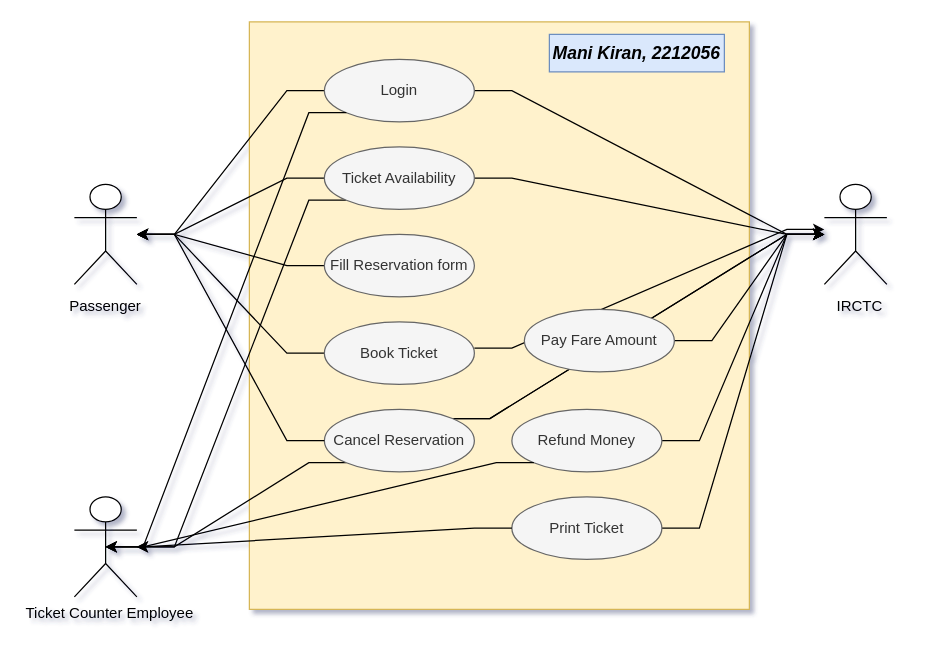
This is Railway Reservation System.drawio from manikiran949/Use-Case-Diagrams, a draw.io file, before an edit. Source tidied: cells renumbered, new cells numbered last; positions are measured from the earlier drawing's top-left corner, leaving out a move shared by most shapes. Both pictures are drawn from the tidied source at 125%, with x=0, y=0 at pixel (21, 21).
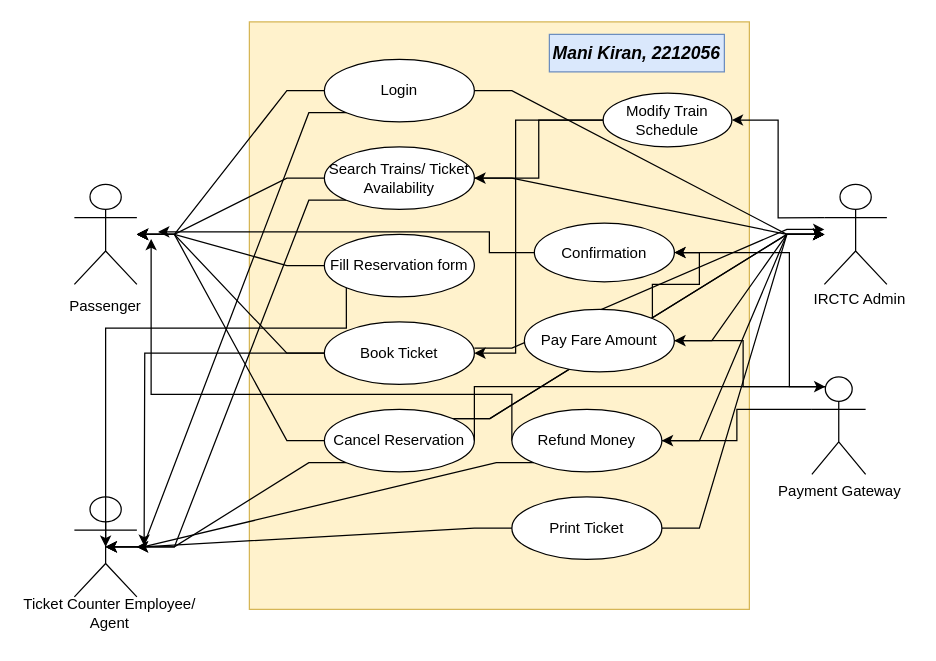
The same diagram, later.

Commit message:
Added other Actors and options

The change refers to these unchanged cells:
```xml
<mxCell id="5" style="shape=umlActor;" parent="1" vertex="1">
  <mxGeometry x="642" y="130" width="50" height="80" as="geometry" />
</mxCell>
<mxCell id="6" style="shape=umlActor;" parent="1" vertex="1">
  <mxGeometry x="42" y="380" width="50" height="80" as="geometry" />
</mxCell>
```

Change to the diagram source:
```diff
@@
-<mxGraphModel shadow="1">
+<mxGraphModel>
@@
+    <mxCell id="36" style="edgeStyle=orthogonalEdgeStyle;rounded=0;jettySize=auto;html=1;exitX=0;exitY=0.3333333333333333;exitDx=0;exitDy=0;exitPerimeter=0;entryX=1;entryY=0.5;entryDx=0;entryDy=0;" parent="1" edge="1" source="5" target="50">
+      <mxGeometry relative="1" as="geometry" />
+    </mxCell>
@@
-    <mxCell id="9" value="Login" style="ellipse;whiteSpace=wrap;fillColor=#f5f5f5;fontColor=#333333;strokeColor=#666666;" parent="1" vertex="1">
+    <mxCell id="9" value="Login" style="ellipse;whiteSpace=wrap;" parent="1" vertex="1">
       <mxGeometry x="242" y="30" width="120" height="50" as="geometry" />
     </mxCell>
@@
-    <mxCell id="13" value="Ticket Availability" style="ellipse;whiteSpace=wrap;fillColor=#f5f5f5;fontColor=#333333;strokeColor=#666666;" parent="1" vertex="1">
+    <mxCell id="13" value="Search Trains/ Ticket Availability" style="ellipse;whiteSpace=wrap;" parent="1" vertex="1">
       <mxGeometry x="242" y="100" width="120" height="50" as="geometry" />
     </mxCell>
@@
-    <mxCell id="15" value="Fill Reservation form" style="ellipse;whiteSpace=wrap;fillColor=#f5f5f5;fontColor=#333333;strokeColor=#666666;" parent="1" vertex="1">
+    <mxCell id="15" value="Fill Reservation form" style="ellipse;whiteSpace=wrap;" parent="1" vertex="1">
       <mxGeometry x="242" y="170" width="120" height="50" as="geometry" />
     </mxCell>
@@
+    <mxCell id="37" style="edgeStyle=orthogonalEdgeStyle;rounded=0;jettySize=auto;html=1;exitX=0;exitY=0.5;exitDx=0;exitDy=0;" parent="1" edge="1" source="18">
+      <mxGeometry relative="1" as="geometry">
+        <mxPoint x="97.8" y="419.2" as="targetPoint" />
+      </mxGeometry>
+    </mxCell>
-    <mxCell id="18" value="Book Ticket" style="ellipse;whiteSpace=wrap;fillColor=#f5f5f5;fontColor=#333333;strokeColor=#666666;" parent="1" vertex="1">
+    <mxCell id="18" value="Book Ticket" style="ellipse;whiteSpace=wrap;" parent="1" vertex="1">
       <mxGeometry x="242" y="240" width="120" height="50" as="geometry" />
     </mxCell>
@@
+    <mxCell id="38" style="edgeStyle=orthogonalEdgeStyle;rounded=0;jettySize=auto;html=1;exitX=0;exitY=0.5;exitDx=0;exitDy=0;" parent="1" edge="1" source="21">
+      <mxGeometry relative="1" as="geometry">
+        <mxPoint x="103.4" y="173.6" as="targetPoint" />
+        <Array as="points">
+          <mxPoint x="392" y="298" />
+          <mxPoint x="103" y="298" />
+        </Array>
+      </mxGeometry>
+    </mxCell>
-    <mxCell id="21" value="Refund Money" style="ellipse;whiteSpace=wrap;fillColor=#f5f5f5;fontColor=#333333;strokeColor=#666666;" parent="1" vertex="1">
+    <mxCell id="21" value="Refund Money" style="ellipse;whiteSpace=wrap;" parent="1" vertex="1">
       <mxGeometry x="392" y="310" width="120" height="50" as="geometry" />
     </mxCell>
@@
-    <mxCell id="23" value="Print Ticket" style="ellipse;whiteSpace=wrap;fillColor=#f5f5f5;fontColor=#333333;strokeColor=#666666;" parent="1" vertex="1">
+    <mxCell id="23" value="Print Ticket" style="ellipse;whiteSpace=wrap;" parent="1" vertex="1">
       <mxGeometry x="392" y="380" width="120" height="50" as="geometry" />
     </mxCell>
@@
+    <mxCell id="39" style="edgeStyle=orthogonalEdgeStyle;rounded=0;jettySize=auto;html=1;exitX=1;exitY=0;exitDx=0;exitDy=0;entryX=1;entryY=0.5;entryDx=0;entryDy=0;" parent="1" edge="1" source="27" target="42">
+      <mxGeometry relative="1" as="geometry" />
+    </mxCell>
-    <mxCell id="27" value="Pay Fare Amount" style="ellipse;whiteSpace=wrap;fillColor=#f5f5f5;fontColor=#333333;strokeColor=#666666;" parent="1" vertex="1">
+    <mxCell id="27" value="Pay Fare Amount" style="ellipse;whiteSpace=wrap;" parent="1" vertex="1">
       <mxGeometry x="402" y="230" width="120" height="50" as="geometry" />
     </mxCell>
@@
-    <mxCell id="29" value="Cancel Reservation" style="ellipse;whiteSpace=wrap;fillColor=#f5f5f5;fontColor=#333333;strokeColor=#666666;" parent="1" vertex="1">
+    <mxCell id="29" value="Cancel Reservation" style="ellipse;whiteSpace=wrap;" parent="1" vertex="1">
       <mxGeometry x="242" y="310" width="120" height="50" as="geometry" />
     </mxCell>
@@
-    <mxCell id="31" value="&lt;div&gt;IRCTC&lt;/div&gt;" style="text;html=1;align=center;verticalAlign=middle;strokeColor=none;fillColor=none;" parent="1" vertex="1">
-      <mxGeometry x="642" y="215" width="55" height="26" as="geometry" />
+    <mxCell id="31" value="&lt;div&gt;IRCTC Admin&lt;/div&gt;&lt;div&gt;&lt;br&gt;&lt;/div&gt;" style="text;html=1;align=center;verticalAlign=middle;strokeColor=none;fillColor=none;" parent="1" vertex="1">
+      <mxGeometry x="624" y="208" width="91" height="41" as="geometry" />
     </mxCell>
@@
-    <mxCell id="34" value="Ticket Counter Employee" style="text;html=1;align=center;verticalAlign=middle;whiteSpace=wrap;rounded=0;" parent="1" vertex="1">
+    <mxCell id="34" value="Ticket Counter Employee/ Agent" style="text;html=1;align=center;verticalAlign=middle;whiteSpace=wrap;rounded=0;" parent="1" vertex="1">
       <mxGeometry y="458" width="141" height="30" as="geometry" />
     </mxCell>
@@
+    <mxCell id="40" style="edgeStyle=orthogonalEdgeStyle;rounded=0;jettySize=auto;html=1;exitX=0;exitY=1;exitDx=0;exitDy=0;entryX=0.5;entryY=0.5;entryDx=0;entryDy=0;entryPerimeter=0;" parent="1" edge="1" source="15" target="6">
+      <mxGeometry relative="1" as="geometry">
+        <Array as="points">
+          <mxPoint x="259" y="245" />
+          <mxPoint x="67" y="245" />
+        </Array>
+      </mxGeometry>
+    </mxCell>
+    <mxCell id="41" style="edgeStyle=orthogonalEdgeStyle;rounded=0;jettySize=auto;html=1;exitX=0;exitY=0.5;exitDx=0;exitDy=0;" parent="1" edge="1" source="42">
+      <mxGeometry relative="1" as="geometry">
+        <mxPoint x="109" y="168" as="targetPoint" />
+        <Array as="points">
+          <mxPoint x="374" y="184" />
+          <mxPoint x="374" y="168" />
+        </Array>
+      </mxGeometry>
+    </mxCell>
+    <mxCell id="42" value="Confirmation" style="ellipse;whiteSpace=wrap;html=1;" parent="1" vertex="1">
+      <mxGeometry x="410" y="161" width="112" height="47" as="geometry" />
+    </mxCell>
+    <mxCell id="43" style="edgeStyle=orthogonalEdgeStyle;rounded=0;jettySize=auto;html=1;exitX=0.25;exitY=0.1;exitDx=0;exitDy=0;exitPerimeter=0;entryX=1;entryY=0.5;entryDx=0;entryDy=0;" parent="1" edge="1" source="46" target="27">
+      <mxGeometry relative="1" as="geometry" />
+    </mxCell>
+    <mxCell id="44" style="edgeStyle=orthogonalEdgeStyle;rounded=0;jettySize=auto;html=1;exitX=0;exitY=0.3333333333333333;exitDx=0;exitDy=0;exitPerimeter=0;entryX=1;entryY=0.5;entryDx=0;entryDy=0;" parent="1" edge="1" source="46" target="21">
+      <mxGeometry relative="1" as="geometry" />
+    </mxCell>
+    <mxCell id="45" style="edgeStyle=orthogonalEdgeStyle;rounded=0;jettySize=auto;html=1;exitX=0.25;exitY=0.1;exitDx=0;exitDy=0;exitPerimeter=0;entryX=1;entryY=0.5;entryDx=0;entryDy=0;" parent="1" edge="1" source="46" target="42">
+      <mxGeometry relative="1" as="geometry">
+        <Array as="points">
+          <mxPoint x="614" y="292" />
+          <mxPoint x="614" y="184" />
+        </Array>
+      </mxGeometry>
+    </mxCell>
+    <mxCell id="46" value="Payment Gateway" style="shape=umlActor;verticalLabelPosition=bottom;verticalAlign=top;html=1;outlineConnect=0;" parent="1" vertex="1">
+      <mxGeometry x="632" y="284" width="43" height="78" as="geometry" />
+    </mxCell>
+    <mxCell id="47" style="edgeStyle=orthogonalEdgeStyle;rounded=0;jettySize=auto;html=1;exitX=1;exitY=0.5;exitDx=0;exitDy=0;entryX=0.25;entryY=0.1;entryDx=0;entryDy=0;entryPerimeter=0;" parent="1" edge="1" source="29" target="46">
+      <mxGeometry relative="1" as="geometry">
+        <Array as="points">
+          <mxPoint x="362" y="292" />
+        </Array>
+      </mxGeometry>
+    </mxCell>
+    <mxCell id="48" style="edgeStyle=orthogonalEdgeStyle;rounded=0;jettySize=auto;html=1;exitX=0;exitY=0.5;exitDx=0;exitDy=0;entryX=1;entryY=0.5;entryDx=0;entryDy=0;" parent="1" edge="1" source="50" target="13">
+      <mxGeometry relative="1" as="geometry" />
+    </mxCell>
+    <mxCell id="49" style="edgeStyle=orthogonalEdgeStyle;rounded=0;jettySize=auto;html=1;exitX=0;exitY=0.5;exitDx=0;exitDy=0;entryX=1;entryY=0.5;entryDx=0;entryDy=0;" parent="1" edge="1" source="50" target="18">
+      <mxGeometry relative="1" as="geometry">
+        <Array as="points">
+          <mxPoint x="395" y="78" />
+          <mxPoint x="395" y="265" />
+        </Array>
+      </mxGeometry>
+    </mxCell>
+    <mxCell id="50" value="Modify Train Schedule" style="ellipse;whiteSpace=wrap;html=1;" parent="1" vertex="1">
+      <mxGeometry x="465" y="57" width="103" height="43" as="geometry" />
+    </mxCell>
```
